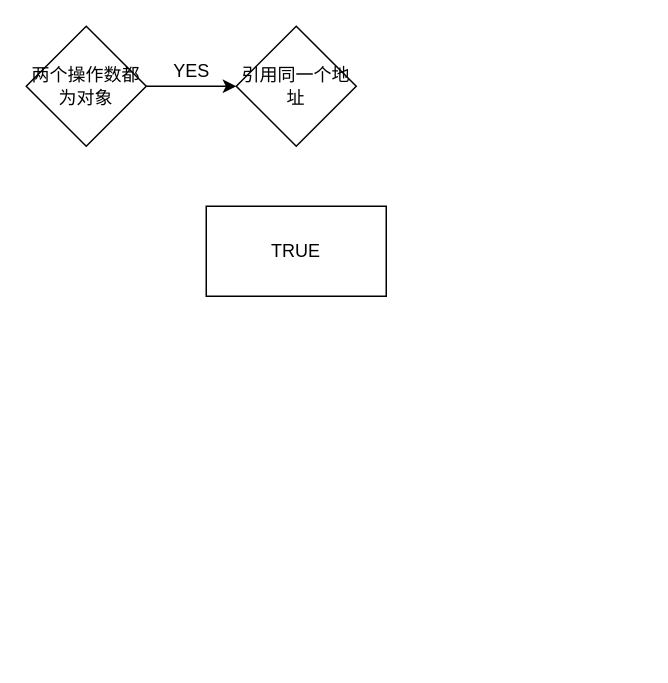
suckitfa/- keeps this draw.io diagram as Untitled Diagram.drawio. Above is the earlier version. Source tidied: cells renumbered, new cells numbered last; positions are measured from the earlier drawing's top-left corner, leaving out a move shared by most shapes. Both pictures are drawn from the tidied source at 150%, with x=0, y=0 at pixel (26, 26).
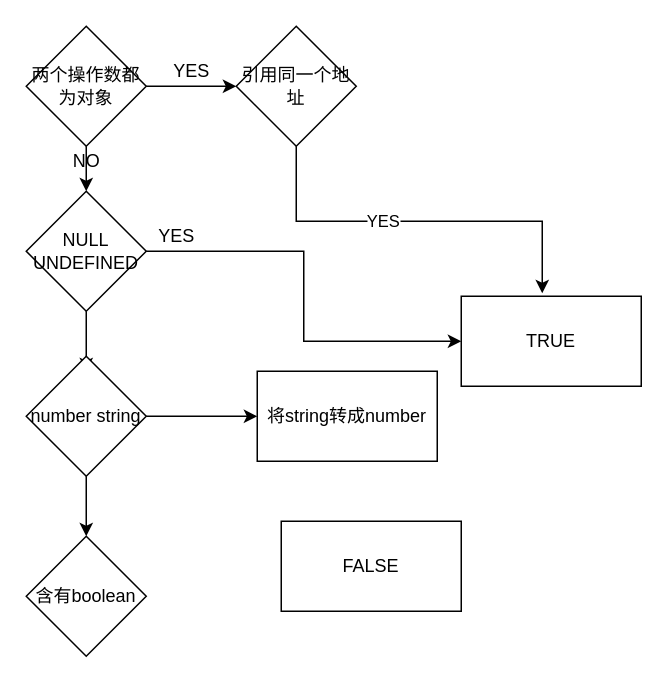
The same page after the edit.

The change refers to these unchanged cells:
```xml
<mxCell id="3" value="两个操作数都为对象" style="rhombus;whiteSpace=wrap;html=1;" parent="1" vertex="1">
  <mxGeometry width="80" height="80" as="geometry" />
</mxCell>
<mxCell id="4" value="引用同一个地址" style="rhombus;whiteSpace=wrap;html=1;" parent="1" vertex="1">
  <mxGeometry x="140" width="80" height="80" as="geometry" />
</mxCell>
```

Change to the diagram source:
```diff
@@
+    <mxCell id="7" style="edgeStyle=orthogonalEdgeStyle;rounded=0;jettySize=auto;html=1;exitX=0.5;exitY=1;exitDx=0;exitDy=0;entryX=0.5;entryY=0;entryDx=0;entryDy=0;" parent="1" edge="1" source="3" target="13">
+      <mxGeometry relative="1" as="geometry" />
+    </mxCell>
@@
+    <mxCell id="8" style="edgeStyle=orthogonalEdgeStyle;rounded=0;jettySize=auto;html=1;exitX=0.5;exitY=1;exitDx=0;exitDy=0;entryX=0.45;entryY=-0.033;entryDx=0;entryDy=0;entryPerimeter=0;" parent="1" edge="1" source="4" target="6">
+      <mxGeometry relative="1" as="geometry" />
+    </mxCell>
+    <mxCell id="9" value="YES" style="edgeLabel;html=1;align=center;verticalAlign=middle;" parent="8" vertex="1">
+      <mxGeometry x="-0.18" y="1" relative="1" as="geometry" />
+    </mxCell>
@@
     <mxCell id="6" value="TRUE" style="rounded=0;whiteSpace=wrap;html=1;" parent="1" vertex="1">
-      <mxGeometry x="120" y="120" width="120" height="60" as="geometry" />
+      <mxGeometry x="290" y="180" width="120" height="60" as="geometry" />
     </mxCell>
+    <mxCell id="10" value="FALSE" style="rounded=0;whiteSpace=wrap;html=1;" parent="1" vertex="1">
+      <mxGeometry x="170" y="330" width="120" height="60" as="geometry" />
+    </mxCell>
+    <mxCell id="11" style="edgeStyle=orthogonalEdgeStyle;rounded=0;jettySize=auto;html=1;exitX=1;exitY=0.5;exitDx=0;exitDy=0;entryX=0;entryY=0.5;entryDx=0;entryDy=0;" parent="1" edge="1" source="13" target="6">
+      <mxGeometry relative="1" as="geometry" />
+    </mxCell>
+    <mxCell id="12" style="edgeStyle=orthogonalEdgeStyle;rounded=0;jettySize=auto;html=1;exitX=0.5;exitY=1;exitDx=0;exitDy=0;entryX=0.5;entryY=0.125;entryDx=0;entryDy=0;entryPerimeter=0;" parent="1" edge="1" source="13" target="18">
+      <mxGeometry relative="1" as="geometry" />
+    </mxCell>
+    <mxCell id="13" value="NULL UNDEFINED" style="rhombus;whiteSpace=wrap;html=1;" parent="1" vertex="1">
+      <mxGeometry y="110" width="80" height="80" as="geometry" />
+    </mxCell>
+    <mxCell id="14" value="NO" style="text;html=1;align=center;verticalAlign=middle;strokeColor=none;fillColor=none;" parent="1" vertex="1">
+      <mxGeometry x="25" y="80" width="30" height="20" as="geometry" />
+    </mxCell>
+    <mxCell id="15" value="YES" style="text;html=1;align=center;verticalAlign=middle;strokeColor=none;fillColor=none;" parent="1" vertex="1">
+      <mxGeometry x="80" y="130" width="40" height="20" as="geometry" />
+    </mxCell>
+    <mxCell id="16" style="edgeStyle=orthogonalEdgeStyle;rounded=0;jettySize=auto;html=1;exitX=1;exitY=0.5;exitDx=0;exitDy=0;" parent="1" edge="1" source="18" target="19">
+      <mxGeometry relative="1" as="geometry" />
+    </mxCell>
+    <mxCell id="17" style="edgeStyle=orthogonalEdgeStyle;rounded=0;jettySize=auto;html=1;exitX=0.5;exitY=1;exitDx=0;exitDy=0;" parent="1" edge="1" source="18" target="20">
+      <mxGeometry relative="1" as="geometry" />
+    </mxCell>
+    <mxCell id="18" value="number string" style="rhombus;whiteSpace=wrap;html=1;" parent="1" vertex="1">
+      <mxGeometry y="220" width="80" height="80" as="geometry" />
+    </mxCell>
+    <mxCell id="19" value="将string转成number" style="rounded=0;whiteSpace=wrap;html=1;" parent="1" vertex="1">
+      <mxGeometry x="154" y="230" width="120" height="60" as="geometry" />
+    </mxCell>
+    <mxCell id="20" value="含有boolean" style="rhombus;whiteSpace=wrap;html=1;" parent="1" vertex="1">
+      <mxGeometry y="340" width="80" height="80" as="geometry" />
+    </mxCell>
```
